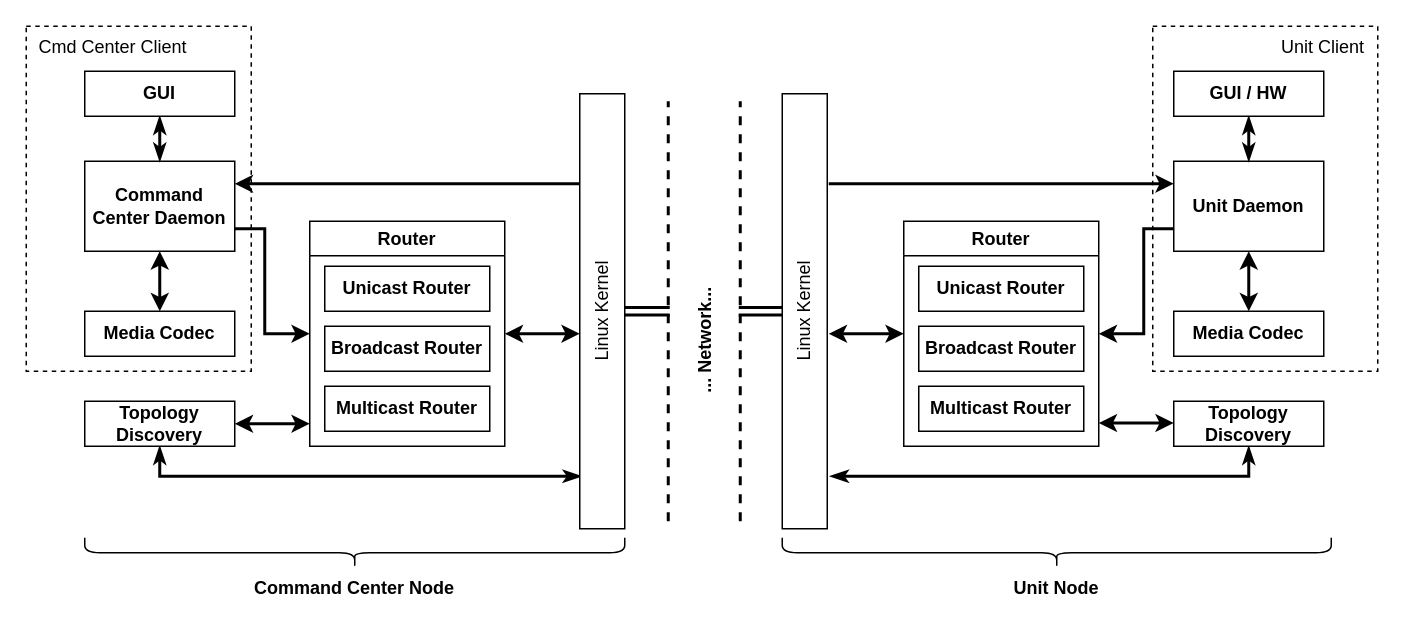
This is page "Page-2" (2 of 2) of docs/figures/modules_diagram.drawio from mido3ds/C4IAN, a draw.io file, before an edit. Source tidied: cells renumbered, new cells numbered last; positions are measured from the earlier drawing's top-left corner, leaving out a move shared by most shapes. Both pictures are drawn from the tidied source at 150%, with x=0, y=0 at pixel (26, 26).
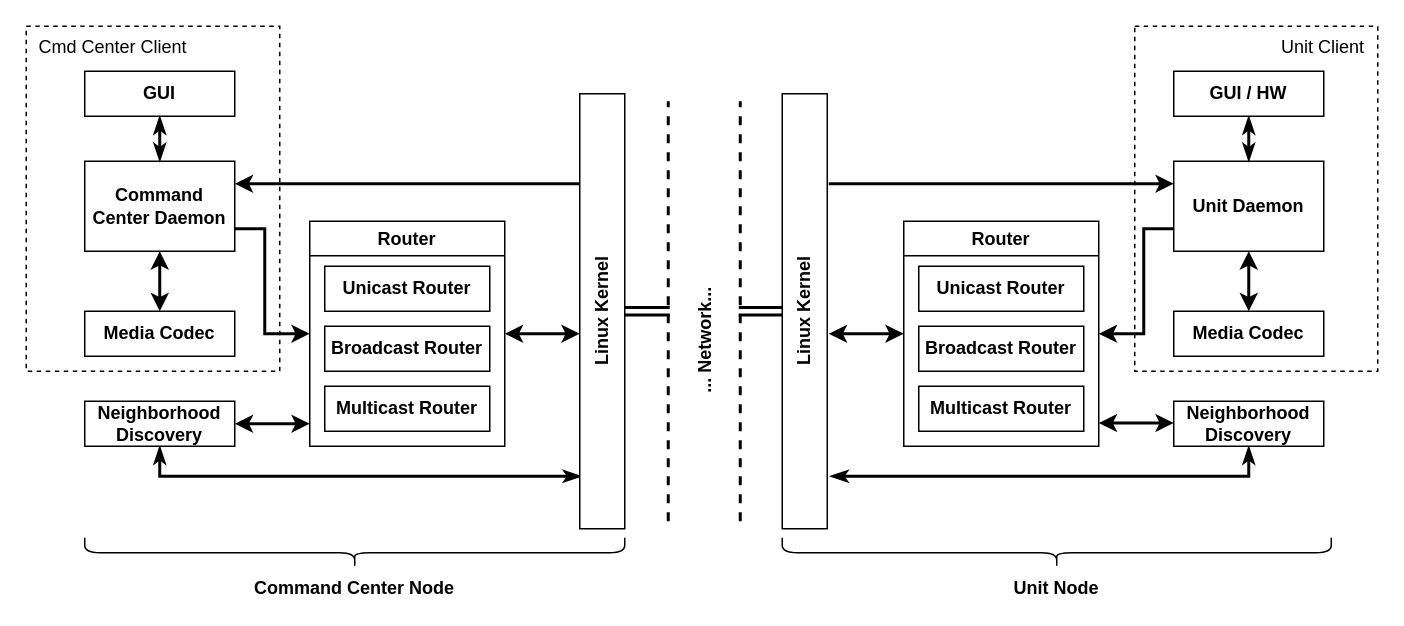
After the change.

Commit message (it also covers changes not shown here):
Updated system architecture diagram

Change to the diagram source:
```diff
@@
     <mxCell id="2" value="&amp;nbsp; Cmd Center Client&amp;nbsp;" style="rounded=0;whiteSpace=wrap;html=1;sketch=0;dashed=1;verticalAlign=top;labelPosition=center;verticalLabelPosition=middle;align=left;" parent="1" vertex="1">
-      <mxGeometry width="150" height="230" as="geometry" />
+      <mxGeometry width="169" height="230" as="geometry" />
     </mxCell>
     <mxCell id="3" value="Unit Client&amp;nbsp;&amp;nbsp;" style="rounded=0;whiteSpace=wrap;html=1;sketch=0;dashed=1;verticalAlign=top;labelPosition=center;verticalLabelPosition=middle;align=right;" parent="1" vertex="1">
-      <mxGeometry x="751" width="150" height="230" as="geometry" />
+      <mxGeometry x="739" width="162" height="230" as="geometry" />
     </mxCell>
@@
-    <mxCell id="14" value="&lt;b&gt;Topology Discovery&lt;/b&gt;" style="rounded=0;whiteSpace=wrap;html=1;" parent="1" vertex="1">
+    <mxCell id="14" value="&lt;b&gt;Neighborhood Discovery&lt;/b&gt;" style="rounded=0;whiteSpace=wrap;html=1;" parent="1" vertex="1">
       <mxGeometry x="39" y="250" width="100" height="30" as="geometry" />
     </mxCell>
@@
-    <mxCell id="27" value="&lt;b&gt;Topology Discovery&lt;/b&gt;" style="rounded=0;whiteSpace=wrap;html=1;" parent="1" vertex="1">
+    <mxCell id="27" value="&lt;b&gt;Neighborhood Discovery&lt;/b&gt;" style="rounded=0;whiteSpace=wrap;html=1;" parent="1" vertex="1">
       <mxGeometry x="765" y="250" width="100" height="30" as="geometry" />
     </mxCell>
@@
-    <mxCell id="39" value="Linux Kernel" style="rounded=0;whiteSpace=wrap;html=1;rotation=-90;" parent="1" vertex="1">
+    <mxCell id="39" value="&lt;b&gt;Linux Kernel&lt;/b&gt;" style="rounded=0;whiteSpace=wrap;html=1;rotation=-90;" parent="1" vertex="1">
       <mxGeometry x="374" y="175" width="290" height="30" as="geometry" />
     </mxCell>
@@
-    <mxCell id="41" value="Linux Kernel" style="rounded=0;whiteSpace=wrap;html=1;rotation=-90;" parent="1" vertex="1">
+    <mxCell id="41" value="&lt;b&gt;Linux Kernel&lt;/b&gt;" style="rounded=0;whiteSpace=wrap;html=1;rotation=-90;" parent="1" vertex="1">
       <mxGeometry x="239" y="175" width="290" height="30" as="geometry" />
     </mxCell>
```
